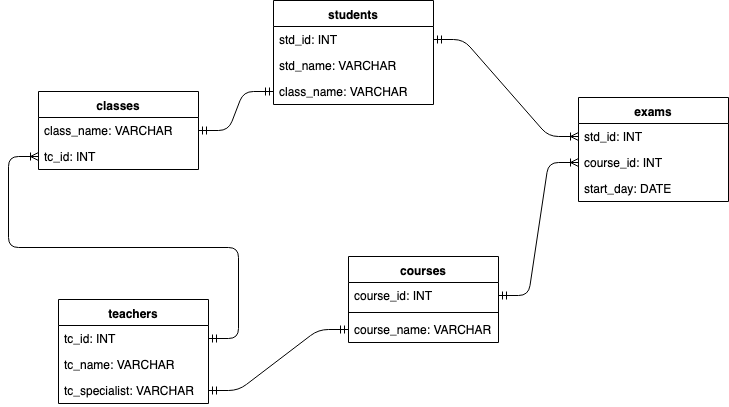
ThaiNguyen-wakumo/Newbie keeps this draw.io diagram as school_management.png. Above is the earlier version. Source tidied: cells renumbered, new cells last; positions are measured from the earlier drawing's top-left corner, leaving out a move shared by most shapes.
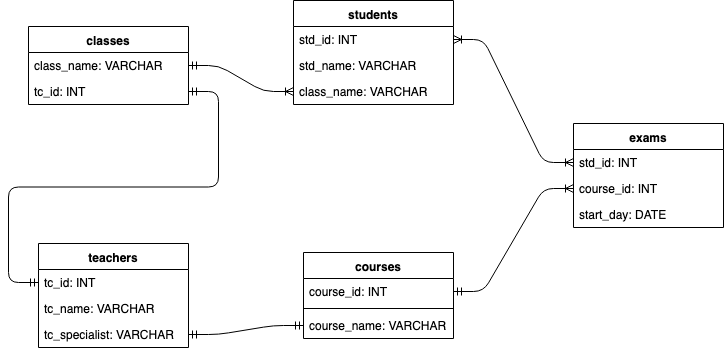
Later version of the same file.

What changed in the source:
```diff
@@ -3,7 +3,7 @@
     <mxCell id="0" />
     <mxCell id="1" parent="0" />
     <mxCell id="2" value="students" style="swimlane;fontStyle=1;align=center;verticalAlign=top;horizontal=1;startSize=26;" parent="1" vertex="1">
-      <mxGeometry x="235" width="160" height="104" as="geometry" />
+      <mxGeometry x="280" y="65" width="160" height="104" as="geometry" />
     </mxCell>
     <mxCell id="3" value="std_id: INT" style="text;strokeColor=none;fillColor=none;align=left;verticalAlign=top;spacingLeft=4;spacingRight=4;overflow=hidden;points=[[0,0.5],[1,0.5]];portConstraint=eastwest;" parent="2" vertex="1">
       <mxGeometry y="26" width="160" height="26" as="geometry" />
@@ -15,7 +15,7 @@
       <mxGeometry y="78" width="160" height="26" as="geometry" />
     </mxCell>
     <mxCell id="6" value="teachers" style="swimlane;fontStyle=1;align=center;verticalAlign=top;horizontal=1;startSize=26;" parent="1" vertex="1">
-      <mxGeometry x="20" y="299" width="150" height="104" as="geometry" />
+      <mxGeometry x="25" y="308" width="150" height="104" as="geometry" />
     </mxCell>
     <mxCell id="7" value="tc_id: INT" style="text;strokeColor=none;fillColor=none;align=left;verticalAlign=top;spacingLeft=4;spacingRight=4;overflow=hidden;points=[[0,0.5],[1,0.5]];portConstraint=eastwest;" parent="6" vertex="1">
       <mxGeometry y="26" width="150" height="26" as="geometry" />
@@ -27,7 +27,7 @@
       <mxGeometry y="78" width="150" height="26" as="geometry" />
     </mxCell>
     <mxCell id="10" value="classes" style="swimlane;fontStyle=1;align=center;verticalAlign=top;horizontal=1;startSize=26;" parent="1" vertex="1">
-      <mxGeometry y="91" width="160" height="78" as="geometry" />
+      <mxGeometry x="15" y="91" width="160" height="78" as="geometry" />
     </mxCell>
     <mxCell id="11" value="class_name: VARCHAR" style="text;strokeColor=none;fillColor=none;align=left;verticalAlign=top;spacingLeft=4;spacingRight=4;overflow=hidden;points=[[0,0.5],[1,0.5]];portConstraint=eastwest;" parent="10" vertex="1">
       <mxGeometry y="26" width="160" height="26" as="geometry" />
@@ -36,7 +36,7 @@
       <mxGeometry y="52" width="160" height="26" as="geometry" />
     </mxCell>
     <mxCell id="13" value="courses" style="swimlane;fontStyle=1;align=center;verticalAlign=top;horizontal=1;startSize=26;" parent="1" vertex="1">
-      <mxGeometry x="310" y="256" width="150" height="86" as="geometry" />
+      <mxGeometry x="290" y="317" width="150" height="86" as="geometry" />
     </mxCell>
     <mxCell id="14" value="course_id: INT" style="text;strokeColor=none;fillColor=none;align=left;verticalAlign=top;spacingLeft=4;spacingRight=4;overflow=hidden;points=[[0,0.5],[1,0.5]];portConstraint=eastwest;" parent="13" vertex="1">
       <mxGeometry y="26" width="150" height="26" as="geometry" />
@@ -50,11 +50,8 @@
     <mxCell id="17" style="edgeStyle=entityRelationEdgeStyle;fontSize=12;html=1;endArrow=ERoneToMany;startArrow=ERmandOne;entryX=0;entryY=0.5;entryDx=0;entryDy=0;" parent="1" edge="1" source="14" target="21">
       <mxGeometry relative="1" as="geometry" />
     </mxCell>
-    <mxCell id="18" style="edgeStyle=entityRelationEdgeStyle;fontSize=12;html=1;endArrow=ERoneToMany;startArrow=ERmandOne;exitX=1;exitY=0.5;exitDx=0;exitDy=0;entryX=0;entryY=0.5;entryDx=0;entryDy=0;" parent="1" edge="1" source="3" target="20">
-      <mxGeometry relative="1" as="geometry" />
-    </mxCell>
     <mxCell id="19" value="exams" style="swimlane;fontStyle=1;align=center;verticalAlign=top;horizontal=1;startSize=26;" parent="1" vertex="1">
-      <mxGeometry x="540" y="97" width="150" height="104" as="geometry" />
+      <mxGeometry x="560" y="188" width="150" height="104" as="geometry" />
     </mxCell>
     <mxCell id="20" value="std_id: INT" style="text;strokeColor=none;fillColor=none;align=left;verticalAlign=top;spacingLeft=4;spacingRight=4;overflow=hidden;points=[[0,0.5],[1,0.5]];portConstraint=eastwest;" parent="19" vertex="1">
       <mxGeometry y="26" width="150" height="26" as="geometry" />
@@ -68,11 +65,14 @@
     <mxCell id="23" style="edgeStyle=entityRelationEdgeStyle;fontSize=12;html=1;endArrow=ERmandOne;startArrow=ERmandOne;entryX=0;entryY=0.5;entryDx=0;entryDy=0;exitX=1;exitY=0.5;exitDx=0;exitDy=0;" parent="1" edge="1" source="9" target="16">
       <mxGeometry relative="1" as="geometry" />
     </mxCell>
-    <mxCell id="24" style="edgeStyle=entityRelationEdgeStyle;fontSize=12;html=1;endArrow=ERmandOne;startArrow=ERmandOne;entryX=0;entryY=0.5;entryDx=0;entryDy=0;exitX=1;exitY=0.5;exitDx=0;exitDy=0;" parent="1" edge="1" source="11" target="5">
+    <mxCell id="24" style="edgeStyle=entityRelationEdgeStyle;fontSize=12;html=1;endArrow=ERoneToMany;startArrow=ERmandOne;entryX=0;entryY=0.5;entryDx=0;entryDy=0;exitX=1;exitY=0.5;exitDx=0;exitDy=0;" parent="1" edge="1" source="11" target="5">
       <mxGeometry relative="1" as="geometry" />
     </mxCell>
-    <mxCell id="25" style="edgeStyle=entityRelationEdgeStyle;fontSize=12;html=1;endArrow=ERoneToMany;startArrow=ERmandOne;exitX=1;exitY=0.5;exitDx=0;exitDy=0;entryX=0;entryY=0.5;entryDx=0;entryDy=0;" parent="1" edge="1" source="7" target="12">
-      <mxGeometry relative="1" as="geometry" />
-    </mxCell>
+    <mxCell id="26" style="edgeStyle=entityRelationEdgeStyle;fontSize=12;html=1;endArrow=ERmandOne;startArrow=ERmandOne;entryX=0;entryY=0.5;entryDx=0;entryDy=0;exitX=1;exitY=0.5;exitDx=0;exitDy=0;" parent="1" edge="1" source="12" target="7">
+      <mxGeometry relative="1" as="geometry" />
+    </mxCell>
+    <mxCell id="18" style="edgeStyle=entityRelationEdgeStyle;fontSize=12;html=1;endArrow=ERoneToMany;startArrow=ERoneToMany;entryX=0;entryY=0.5;entryDx=0;entryDy=0;exitX=1;exitY=0.5;exitDx=0;exitDy=0;" parent="1" edge="1" source="3" target="20">
+      <mxGeometry relative="1" as="geometry" />
+    </mxCell>
   </root>
 </mxGraphModel>
```
